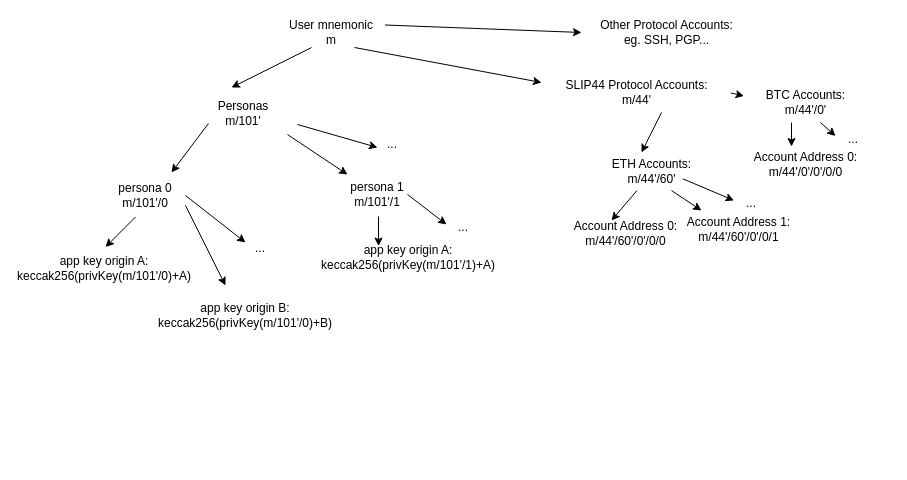
Above: HDtree.drawio in Bunjin/metamask-research (draw.io), before the change. Source tidied: cells renumbered, new cells numbered last; positions are measured from the earlier drawing's top-left corner, leaving out a move shared by most shapes. Both pictures are drawn from the tidied source at 100%, with x=0, y=0 at pixel (34, 22).
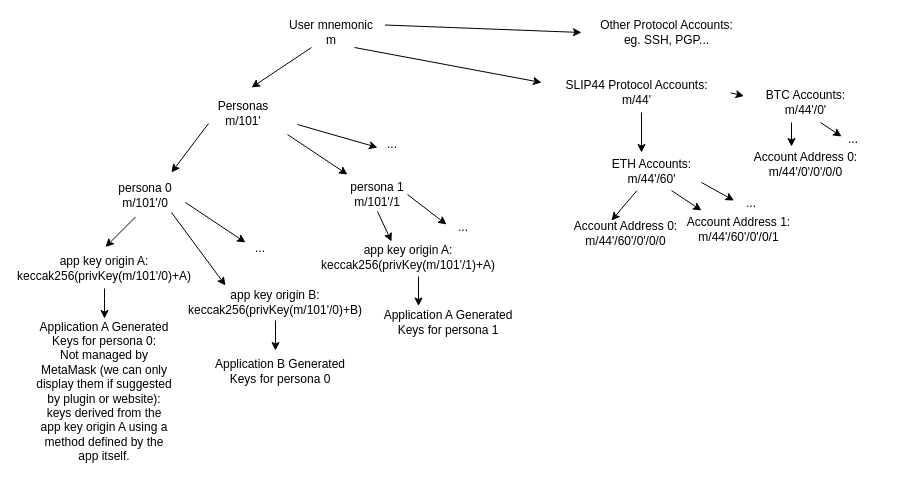
After the change.

Diff of the diagram source:
```diff
@@
     <mxCell id="3" style="endArrow=classic;html=1;" parent="1" edge="1">
       <mxGeometry relative="1" as="geometry">
         <mxPoint x="277" y="25" as="sourcePoint" />
-        <mxPoint x="197" y="65" as="targetPoint" />
+        <mxPoint x="217" y="65" as="targetPoint" />
       </mxGeometry>
     </mxCell>
@@
+    <mxCell id="39" style="edgeStyle=orthogonalEdgeStyle;rounded=0;orthogonalLoop=1;jettySize=auto;html=1;" parent="1" edge="1">
+      <mxGeometry relative="1" as="geometry">
+        <mxPoint x="70" y="266" as="sourcePoint" />
+        <mxPoint x="70" y="296" as="targetPoint" />
+        <Array as="points">
+          <mxPoint x="70" y="276" />
+          <mxPoint x="70" y="276" />
+        </Array>
+      </mxGeometry>
+    </mxCell>
@@
+    <mxCell id="40" value="Application A Generated Keys for persona 0:&lt;br&gt;Not managed by MetaMask (we can only display them if suggested by plugin or website):&lt;br&gt;keys derived from the app key origin A using a method defined by the app itself." style="text;html=1;strokeColor=none;fillColor=none;align=center;verticalAlign=middle;whiteSpace=wrap;rounded=0;" parent="1" vertex="1">
+      <mxGeometry y="359" width="140" height="20" as="geometry" />
+    </mxCell>
@@
     <mxCell id="9" style="endArrow=classic;html=1;" parent="1" edge="1">
       <mxGeometry relative="1" as="geometry">
-        <mxPoint x="151" y="183" as="sourcePoint" />
+        <mxPoint x="137" y="190" as="sourcePoint" />
         <mxPoint x="191" y="263" as="targetPoint" />
       </mxGeometry>
     </mxCell>
     <mxCell id="10" value="app key origin B:&lt;br&gt;keccak256(privKey(m/101'/0)+B)" style="text;html=1;strokeColor=none;fillColor=none;align=center;verticalAlign=middle;whiteSpace=wrap;rounded=0;" parent="1" vertex="1">
-      <mxGeometry x="141" y="283" width="140" height="20" as="geometry" />
+      <mxGeometry x="171" y="270" width="140" height="20" as="geometry" />
     </mxCell>
@@
     <mxCell id="13" style="endArrow=classic;html=1;" parent="1" edge="1">
       <mxGeometry relative="1" as="geometry">
-        <mxPoint x="151" y="173" as="sourcePoint" />
+        <mxPoint x="151" y="180" as="sourcePoint" />
         <mxPoint x="211" y="220" as="targetPoint" />
       </mxGeometry>
     </mxCell>
@@
     <mxCell id="18" style="endArrow=classic;html=1;" parent="1" edge="1">
       <mxGeometry relative="1" as="geometry">
-        <mxPoint x="344" y="194" as="sourcePoint" />
-        <mxPoint x="344" y="223.5" as="targetPoint" />
+        <mxPoint x="343" y="189" as="sourcePoint" />
+        <mxPoint x="357" y="219" as="targetPoint" />
       </mxGeometry>
     </mxCell>
@@
     <mxCell id="23" style="endArrow=classic;html=1;" parent="1" edge="1">
       <mxGeometry relative="1" as="geometry">
-        <mxPoint x="627" y="90" as="sourcePoint" />
+        <mxPoint x="607" y="90" as="sourcePoint" />
         <mxPoint x="607" y="130" as="targetPoint" />
       </mxGeometry>
     </mxCell>
@@
-    <mxCell id="29" style="endArrow=classic;html=1;exitX=0.718;exitY=0.917;exitDx=0;exitDy=0;exitPerimeter=0;" parent="1" edge="1">
+    <mxCell id="29" style="endArrow=classic;html=1;" parent="1" edge="1">
       <mxGeometry relative="1" as="geometry">
-        <mxPoint x="648.3" y="156.3" as="sourcePoint" />
+        <mxPoint x="667" y="160" as="sourcePoint" />
         <mxPoint x="699.5" y="178" as="targetPoint" />
       </mxGeometry>
     </mxCell>
@@
     <mxCell id="35" style="endArrow=classic;html=1;" parent="1" edge="1">
       <mxGeometry relative="1" as="geometry">
         <mxPoint x="786" y="100" as="sourcePoint" />
-        <mxPoint x="801" y="113.5" as="targetPoint" />
+        <mxPoint x="807" y="114" as="targetPoint" />
       </mxGeometry>
     </mxCell>
@@
+    <mxCell id="41" style="edgeStyle=orthogonalEdgeStyle;rounded=0;orthogonalLoop=1;jettySize=auto;html=1;" parent="1" edge="1">
+      <mxGeometry relative="1" as="geometry">
+        <mxPoint x="241" y="298" as="sourcePoint" />
+        <mxPoint x="241" y="328" as="targetPoint" />
+        <Array as="points">
+          <mxPoint x="241" y="308" />
+          <mxPoint x="241" y="308" />
+        </Array>
+      </mxGeometry>
+    </mxCell>
+    <mxCell id="42" value="&lt;span style=&quot;text-align: left ; white-space: nowrap&quot;&gt;Application A Generated&lt;/span&gt;&lt;br style=&quot;text-align: left ; white-space: nowrap&quot;&gt;&lt;span style=&quot;text-align: left ; white-space: nowrap&quot;&gt;Keys for persona 1&lt;/span&gt;" style="text;html=1;strokeColor=none;fillColor=none;align=center;verticalAlign=middle;whiteSpace=wrap;rounded=0;" parent="1" vertex="1">
+      <mxGeometry x="394" y="290" width="40" height="20" as="geometry" />
+    </mxCell>
+    <mxCell id="43" style="endArrow=classic;html=1;" parent="1" edge="1">
+      <mxGeometry relative="1" as="geometry">
+        <mxPoint x="384" y="254" as="sourcePoint" />
+        <mxPoint x="384" y="283.5" as="targetPoint" />
+      </mxGeometry>
+    </mxCell>
+    <mxCell id="44" value="&lt;span style=&quot;text-align: left ; white-space: nowrap&quot;&gt;Application B Generated&lt;/span&gt;&lt;br style=&quot;text-align: left ; white-space: nowrap&quot;&gt;&lt;span style=&quot;text-align: left ; white-space: nowrap&quot;&gt;Keys for persona 0&lt;br&gt;&lt;/span&gt;" style="text;html=1;strokeColor=none;fillColor=none;align=center;verticalAlign=middle;whiteSpace=wrap;rounded=0;" parent="1" vertex="1">
+      <mxGeometry x="226" y="339" width="40" height="20" as="geometry" />
+    </mxCell>
```
